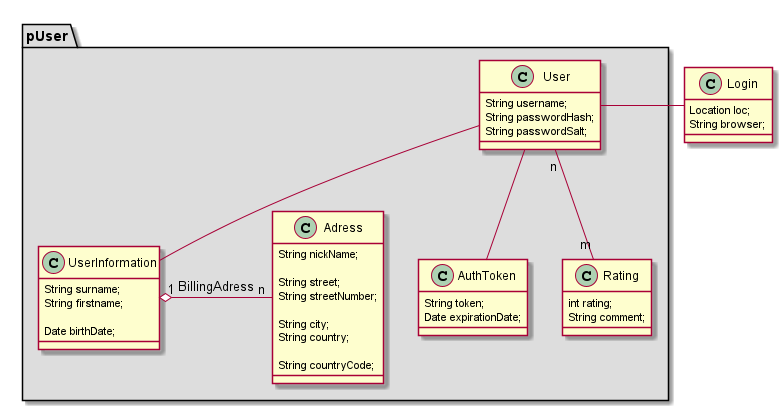
Before: exercise2/UML_DataModel_Images/User.png, a diagram exported from PlantUML (MaxHenneberg/ticketShare). Its diagram source:
```plantuml
@startuml


package pUser #DDDDDD{
User --  AuthToken
User -- UserInformation
User "n" -- "m"  Rating
UserInformation "1" o- "n" Adress : BillingAdress
}

User - Login


class User{
String username;
String passwordHash;
String passwordSalt;
}

class AuthToken{
String token;
Date expirationDate;
}

class UserInformation{
String surname;
String firstname;

Date birthDate;
}

class Adress{
String nickName;

String street;
String streetNumber;

String city;
String country;

String countryCode;
}

class Rating{
int rating;
String comment;
}

class Login{
Location loc;
String browser;
}
@enduml
```
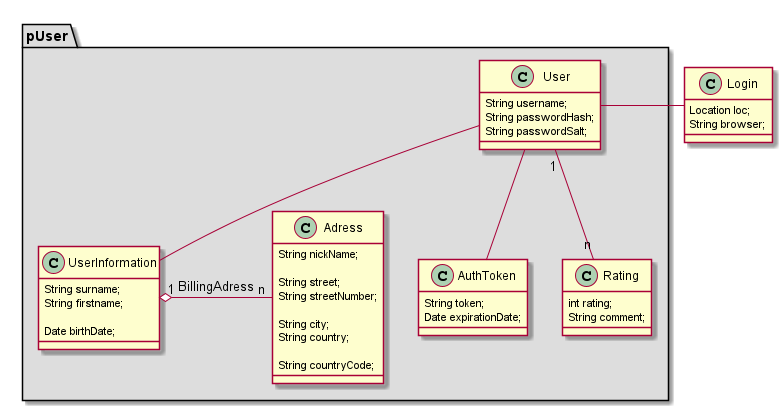
Above is the later version.

Change to the diagram source:
```diff
@@ -4,7 +4,7 @@
 package pUser #DDDDDD{
 User --  AuthToken
 User -- UserInformation
-User "n" -- "m"  Rating
+User "1" -- "n"  Rating
 UserInformation "1" o- "n" Adress : BillingAdress
 }
 
```
